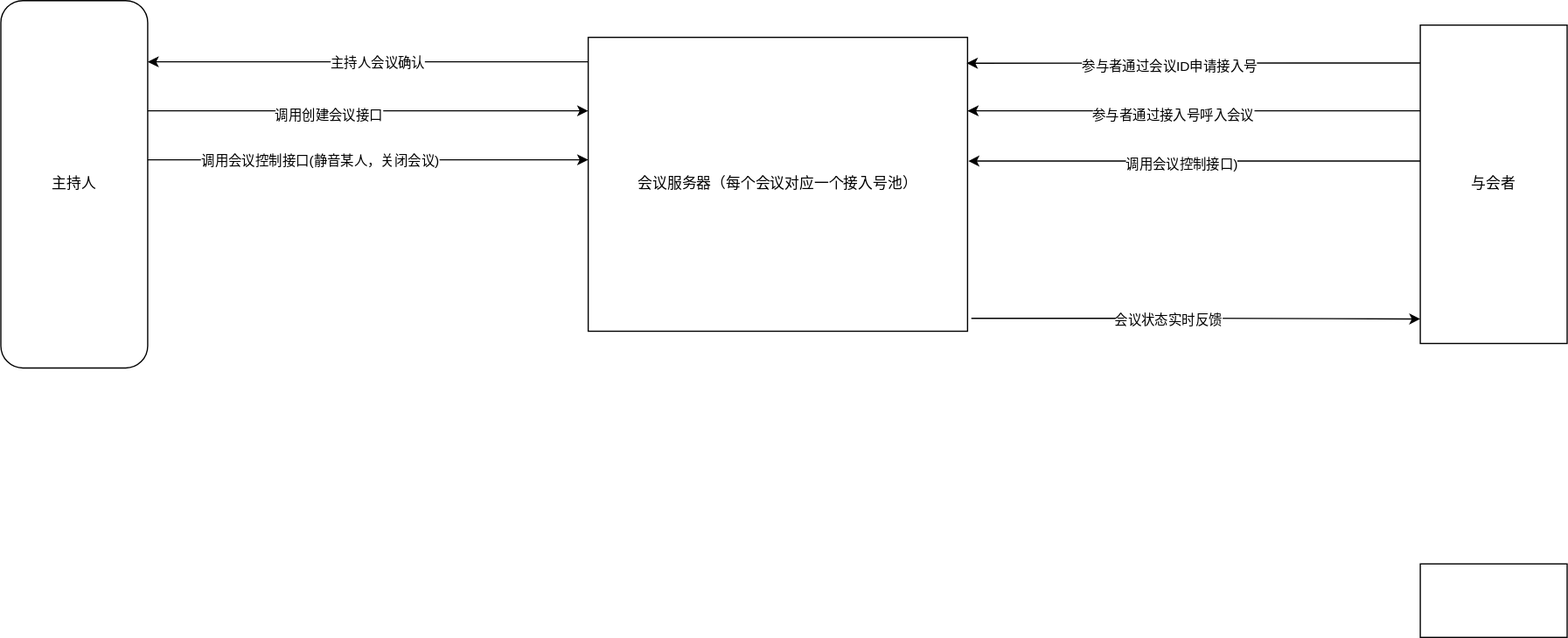
westice007/test0 keeps this draw.io diagram as Untitled Diagram.drawio.svg. Above is the earlier version. Source tidied: cells renumbered, new cells last; positions are measured from the earlier drawing's top-left corner, leaving out a move shared by most shapes.
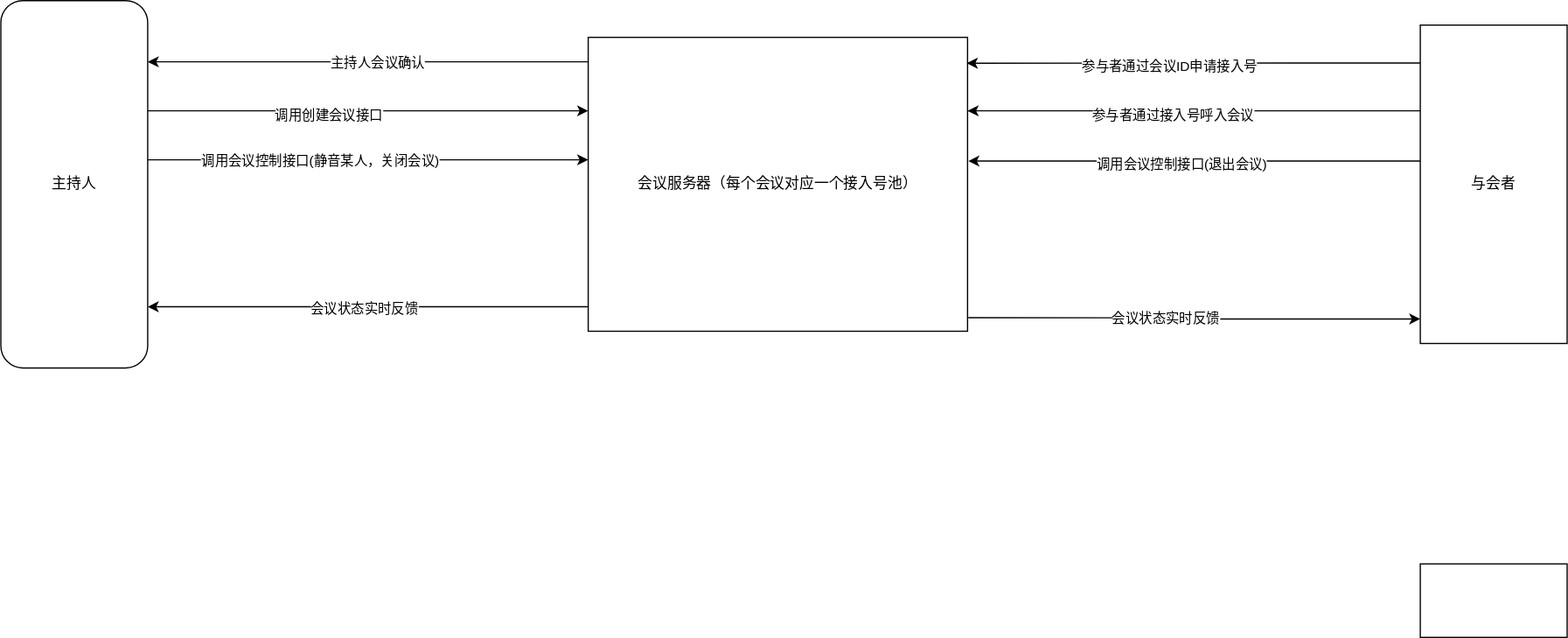
The same file after the commit.

Change to the diagram source:
```diff
@@ -42,12 +42,23 @@
         <mxPoint x="-3" y="2" as="offset" />
       </mxGeometry>
     </mxCell>
-    <mxCell id="9" style="edgeStyle=orthogonalEdgeStyle;rounded=0;jettySize=auto;html=1;entryX=0;entryY=0.923;entryDx=0;entryDy=0;entryPerimeter=0;exitX=1.01;exitY=0.956;exitDx=0;exitDy=0;exitPerimeter=0;" parent="1" edge="1" source="11" target="19">
+    <mxCell id="9" style="edgeStyle=orthogonalEdgeStyle;rounded=0;jettySize=auto;html=1;entryX=0;entryY=0.923;entryDx=0;entryDy=0;entryPerimeter=0;exitX=1.002;exitY=0.954;exitDx=0;exitDy=0;exitPerimeter=0;" parent="1" edge="1" source="11" target="19">
       <mxGeometry relative="1" as="geometry" />
     </mxCell>
     <mxCell id="10" value="会议状态实时反馈" style="edgeLabel;html=1;align=center;verticalAlign=middle;" parent="9" vertex="1">
       <mxGeometry x="-0.13" y="-1" relative="1" as="geometry" />
     </mxCell>
+    <mxCell id="21" style="edgeStyle=orthogonalEdgeStyle;rounded=0;jettySize=auto;html=1;" parent="1" edge="1" source="11">
+      <mxGeometry relative="1" as="geometry">
+        <mxPoint x="120" y="250" as="targetPoint" />
+        <Array as="points">
+          <mxPoint x="120" y="250" />
+        </Array>
+      </mxGeometry>
+    </mxCell>
+    <mxCell id="22" value="会议状态实时反馈" style="edgeLabel;html=1;align=center;verticalAlign=middle;" parent="21" vertex="1">
+      <mxGeometry x="0.03" y="1" relative="1" as="geometry" />
+    </mxCell>
     <mxCell id="11" value="会议服务器（每个会议对应一个接入号池）" style="rounded=0;whiteSpace=wrap;html=1;" parent="1" vertex="1">
       <mxGeometry x="480" y="30" width="310" height="240" as="geometry" />
     </mxCell>
@@ -86,7 +97,7 @@
         </Array>
       </mxGeometry>
     </mxCell>
-    <mxCell id="18" value="调用会议控制接口)" style="edgeLabel;html=1;align=center;verticalAlign=middle;" parent="17" vertex="1">
+    <mxCell id="18" value="调用会议控制接口(退出会议)" style="edgeLabel;html=1;align=center;verticalAlign=middle;" parent="17" vertex="1">
       <mxGeometry x="0.06" y="2" relative="1" as="geometry" />
     </mxCell>
     <mxCell id="19" value="与会者" style="rounded=0;whiteSpace=wrap;html=1;" parent="1" vertex="1">
```
